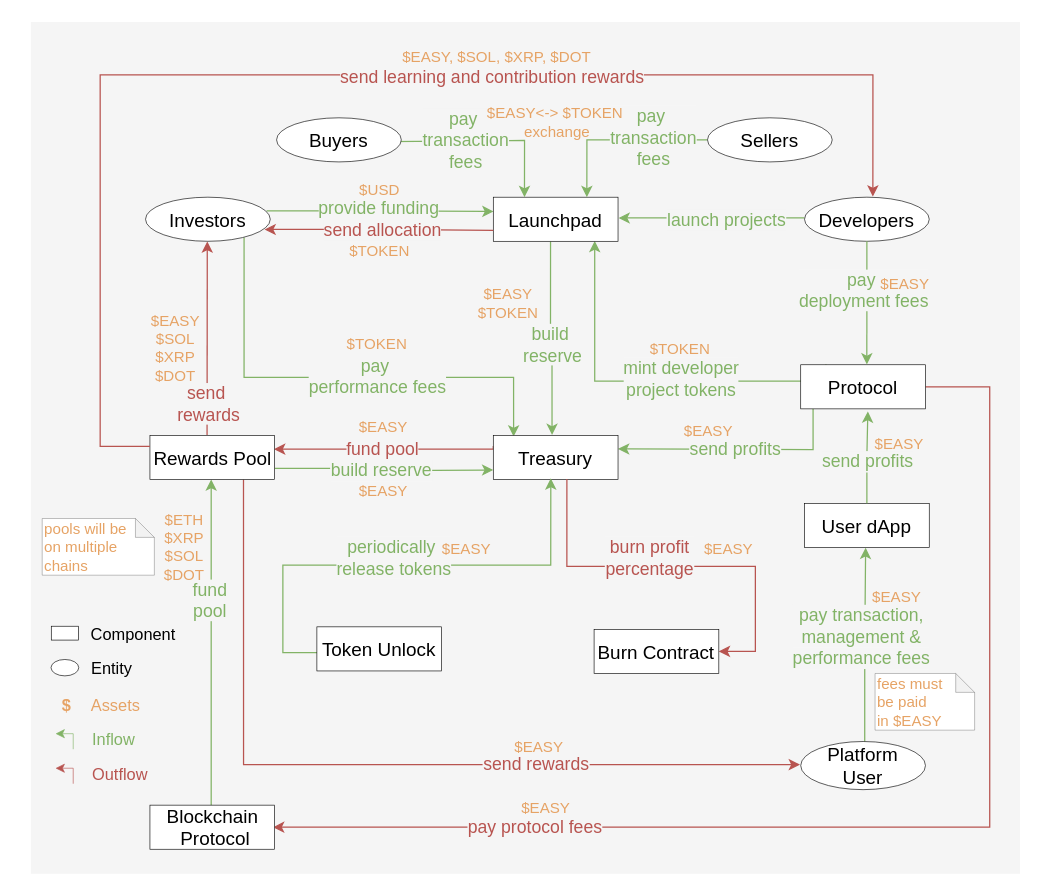
This is page "tokenomics" (2 of 7) of assets/easy-a-mechanism.drawio.drawio from dlt-science/EasyA-Whitepaper, a draw.io file, before an edit. Source tidied: cells renumbered, new cells numbered last; positions are measured from the earlier drawing's top-left corner, leaving out a move shared by most shapes. Both pictures are drawn from the tidied source at 126%, with x=0, y=0 at pixel (30, 21).
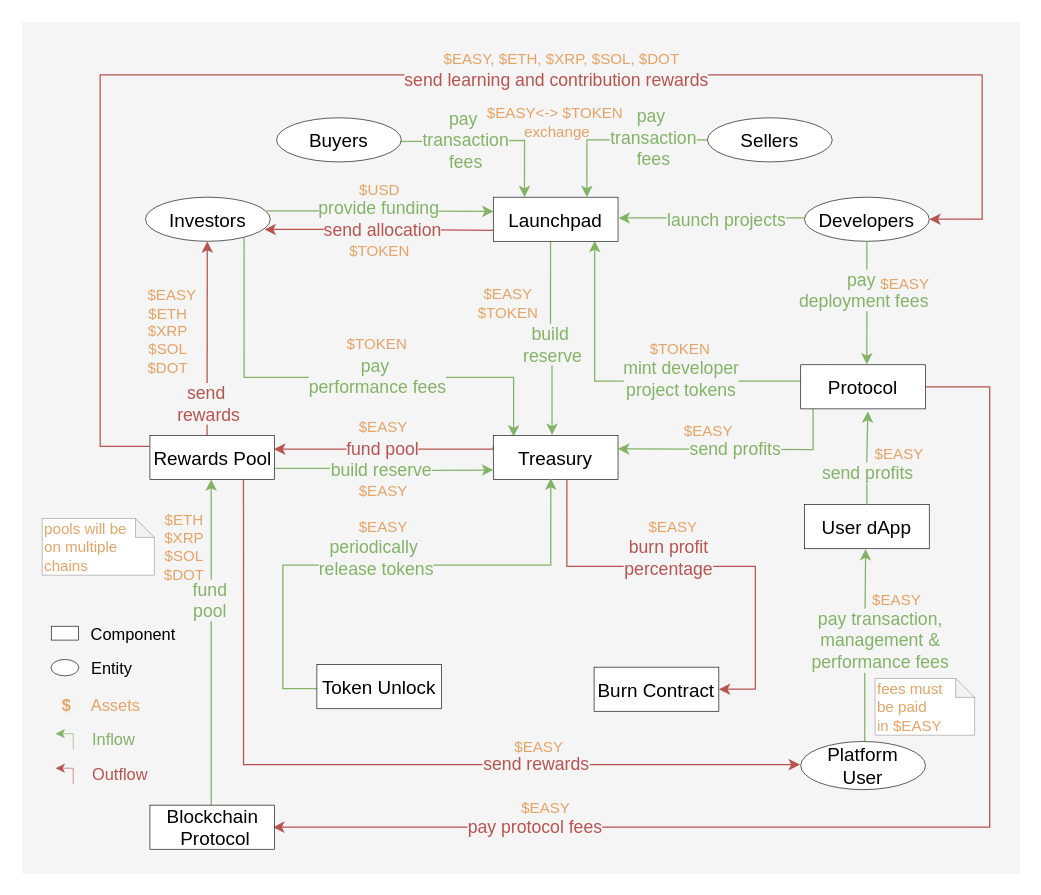
After the change.

The change refers to these unchanged cells:
```xml
<mxCell id="11" style="edgeStyle=orthogonalEdgeStyle;rounded=0;jettySize=auto;html=1;entryX=0.49;entryY=1.006;entryDx=0;entryDy=0;exitX=0.513;exitY=0.001;exitDx=0;exitDy=0;exitPerimeter=0;fillColor=#d5e8d4;strokeColor=#82b366;entryPerimeter=0;" parent="1" edge="1" source="34" target="82">
  <mxGeometry relative="1" as="geometry">
    <Array as="points">
      <mxPoint x="662" y="497" />
      <mxPoint x="663" y="497" />
    </Array>
  </mxGeometry>
</mxCell>
<mxCell id="26" value="&lt;div style=&quot;text-wrap-mode: nowrap;&quot;&gt;&lt;font style=&quot;font-size: 15px;&quot; face=&quot;Helvetica&quot;&gt;Treasury&lt;/font&gt;&lt;/div&gt;" style="html=1;whiteSpace=wrap;strokeWidth=0.5;" parent="1" vertex="1">
  <mxGeometry x="367" y="328" width="99" height="35" as="geometry" />
</mxCell>
<mxCell id="32" value="&lt;div style=&quot;text-wrap-mode: nowrap;&quot;&gt;&lt;font style=&quot;font-size: 15px;&quot; face=&quot;Helvetica&quot;&gt;Rewards Pool&lt;/font&gt;&lt;/div&gt;" style="html=1;whiteSpace=wrap;strokeWidth=0.5;" parent="1" vertex="1">
  <mxGeometry x="94.5" y="328" width="99" height="35" as="geometry" />
</mxCell>
<mxCell id="35" value="&lt;span style=&quot;text-wrap-mode: nowrap;&quot;&gt;&lt;font style=&quot;font-size: 15px;&quot;&gt;Developers&lt;/font&gt;&lt;/span&gt;" style="ellipse;whiteSpace=wrap;html=1;strokeWidth=0.5;" parent="1" vertex="1">
  <mxGeometry x="614" y="139" width="99" height="35" as="geometry" />
</mxCell>
<mxCell id="83" style="edgeStyle=orthogonalEdgeStyle;rounded=0;jettySize=auto;html=1;exitX=0.5;exitY=0;exitDx=0;exitDy=0;entryX=0.538;entryY=1.057;entryDx=0;entryDy=0;entryPerimeter=0;strokeColor=#82B366;" parent="1" edge="1" source="82" target="23">
  <mxGeometry relative="1" as="geometry" />
</mxCell>
```

The edit, as a diff of the source:
```diff
@@
     <mxCell id="2" style="shape=folder;fontStyle=1;spacingTop=10;tabWidth=0;tabHeight=0;tabPosition=left;html=1;whiteSpace=wrap;fillColor=#F5F5F5;strokeColor=none;strokeWidth=0;" parent="1" vertex="1">
-      <mxGeometry width="785" height="676" as="geometry" />
+      <mxGeometry x="-7" width="792" height="676" as="geometry" />
     </mxCell>
@@
     <mxCell id="12" value="&lt;font style=&quot;color: rgb(130, 179, 102); font-size: 14px;&quot;&gt;pay transaction,&lt;/font&gt;&lt;div&gt;&lt;span style=&quot;color: light-dark(rgb(130, 179, 102), rgb(68, 110, 44)); font-size: 14px; background-color: light-dark(rgb(245, 245, 245), rgb(26, 26, 26));&quot;&gt;management &amp;amp;&lt;/span&gt;&lt;/div&gt;&lt;div&gt;&lt;span style=&quot;color: light-dark(rgb(130, 179, 102), rgb(68, 110, 44)); font-size: 14px; background-color: light-dark(rgb(245, 245, 245), rgb(26, 26, 26));&quot;&gt;performance fees&lt;/span&gt;&lt;/div&gt;" style="edgeLabel;html=1;align=center;verticalAlign=middle;labelBackgroundColor=#F5F5F5;" parent="11" vertex="1">
       <mxGeometry x="-0.01" y="-1" relative="1" as="geometry">
-        <mxPoint x="-4" y="-8" as="offset" />
+        <mxPoint x="11" y="-5" as="offset" />
       </mxGeometry>
     </mxCell>
@@
     <mxCell id="51" style="edgeStyle=orthogonalEdgeStyle;rounded=0;jettySize=auto;html=1;entryX=0.461;entryY=0.976;entryDx=0;entryDy=0;strokeColor=#82B366;entryPerimeter=0;exitX=0.011;exitY=0.586;exitDx=0;exitDy=0;exitPerimeter=0;" parent="1" edge="1" source="53" target="26">
       <mxGeometry relative="1" as="geometry">
         <Array as="points">
-          <mxPoint x="200" y="500" />
+          <mxPoint x="228" y="529" />
+          <mxPoint x="200" y="529" />
           <mxPoint x="200" y="431" />
           <mxPoint x="413" y="431" />
         </Array>
       </mxGeometry>
     </mxCell>
@@
     <mxCell id="53" value="&lt;div style=&quot;text-wrap-mode: nowrap;&quot;&gt;&lt;font style=&quot;font-size: 15px;&quot;&gt;Token Unlock&lt;/font&gt;&lt;/div&gt;" style="html=1;whiteSpace=wrap;strokeWidth=0.5;" parent="1" vertex="1">
-      <mxGeometry x="227" y="480" width="99" height="35" as="geometry" />
+      <mxGeometry x="227" y="510" width="99" height="35" as="geometry" />
     </mxCell>
     <mxCell id="54" style="edgeStyle=orthogonalEdgeStyle;rounded=0;jettySize=auto;html=1;strokeColor=#B85450;entryX=1;entryY=0.5;entryDx=0;entryDy=0;exitX=0.59;exitY=0.99;exitDx=0;exitDy=0;exitPerimeter=0;" parent="1" edge="1" source="26" target="61">
       <mxGeometry relative="1" as="geometry">
         <Array as="points">
           <mxPoint x="425" y="432" />
           <mxPoint x="575" y="432" />
-          <mxPoint x="575" y="500" />
+          <mxPoint x="575" y="530" />
+          <mxPoint x="546" y="530" />
         </Array>
       </mxGeometry>
     </mxCell>
     <mxCell id="55" value="&lt;font style=&quot;font-size: 14px;&quot;&gt;&lt;span&gt;&lt;font style=&quot;color: rgb(184, 84, 80);&quot;&gt;burn profit&lt;/font&gt;&lt;/span&gt;&lt;/font&gt;&lt;div&gt;&lt;font style=&quot;font-size: 14px;&quot;&gt;&lt;span&gt;&lt;font style=&quot;color: rgb(184, 84, 80);&quot;&gt;percentage&lt;/font&gt;&lt;/span&gt;&lt;/font&gt;&lt;/div&gt;" style="edgeLabel;html=1;align=center;verticalAlign=middle;labelBackgroundColor=#F5F5F5;" parent="54" vertex="1">
       <mxGeometry x="-0.15" y="1" relative="1" as="geometry">
-        <mxPoint y="-7" as="offset" />
+        <mxPoint x="2" y="-7" as="offset" />
       </mxGeometry>
     </mxCell>
-    <mxCell id="56" style="edgeStyle=orthogonalEdgeStyle;rounded=0;jettySize=auto;html=1;exitX=0;exitY=0.25;exitDx=0;exitDy=0;entryX=0.548;entryY=-0.014;entryDx=0;entryDy=0;entryPerimeter=0;strokeColor=#B85450;" parent="1" edge="1" source="32" target="35">
+    <mxCell id="56" style="edgeStyle=orthogonalEdgeStyle;rounded=0;jettySize=auto;html=1;exitX=0;exitY=0.25;exitDx=0;exitDy=0;entryX=1;entryY=0.5;entryDx=0;entryDy=0;strokeColor=#B85450;" parent="1" edge="1" source="32" target="35">
       <mxGeometry relative="1" as="geometry">
         <Array as="points">
           <mxPoint x="55" y="337" />
           <mxPoint x="55" y="42" />
-          <mxPoint x="668" y="42" />
+          <mxPoint x="755" y="42" />
+          <mxPoint x="755" y="156" />
         </Array>
       </mxGeometry>
     </mxCell>
     <mxCell id="57" value="&lt;span style=&quot;color: rgb(184, 84, 80);&quot;&gt;&lt;font style=&quot;font-size: 14px;&quot;&gt;send learning and contribution rewards&lt;/font&gt;&lt;/span&gt;" style="edgeLabel;html=1;align=center;verticalAlign=middle;labelBackgroundColor=#F5F5F5;" parent="56" vertex="1">
       <mxGeometry x="0.24" y="-4" relative="1" as="geometry">
-        <mxPoint x="-2" y="-3" as="offset" />
+        <mxPoint x="-42" y="-1" as="offset" />
       </mxGeometry>
     </mxCell>
@@
     <mxCell id="61" value="&lt;div style=&quot;text-wrap-mode: nowrap;&quot;&gt;&lt;font style=&quot;font-size: 15px;&quot; face=&quot;Helvetica&quot;&gt;Burn Contract&lt;/font&gt;&lt;/div&gt;" style="html=1;whiteSpace=wrap;strokeWidth=0.5;" parent="1" vertex="1">
-      <mxGeometry x="447" y="482" width="99" height="35" as="geometry" />
+      <mxGeometry x="447" y="512" width="99" height="35" as="geometry" />
     </mxCell>
@@
     <mxCell id="66" value="&lt;font style=&quot;color: rgb(230, 163, 101);&quot;&gt;$EASY&lt;/font&gt;" style="text;html=1;align=center;verticalAlign=middle;whiteSpace=wrap;rounded=0;" parent="1" vertex="1">
-      <mxGeometry x="316" y="404" width="60" height="30" as="geometry" />
+      <mxGeometry x="250" y="385.5" width="60" height="30" as="geometry" />
     </mxCell>
     <mxCell id="67" value="&lt;font style=&quot;color: rgb(230, 163, 101);&quot;&gt;$EASY&lt;/font&gt;" style="text;html=1;align=center;verticalAlign=middle;whiteSpace=wrap;rounded=0;" parent="1" vertex="1">
-      <mxGeometry x="662" y="446" width="51" height="22" as="geometry" />
+      <mxGeometry x="662" y="448" width="51" height="22" as="geometry" />
     </mxCell>
@@
-    <mxCell id="71" value="&lt;font style=&quot;color: rgb(230, 163, 101);&quot;&gt;$EASY&lt;/font&gt;&lt;div&gt;&lt;span style=&quot;color: light-dark(rgb(230, 163, 101), rgb(138, 80, 27)); background-color: transparent;&quot;&gt;$SOL&lt;/span&gt;&lt;div&gt;&lt;font style=&quot;color: rgb(230, 163, 101);&quot;&gt;&lt;div&gt;&lt;font style=&quot;color: rgb(230, 163, 101);&quot;&gt;$XRP&lt;/font&gt;&lt;/div&gt;&lt;div&gt;&lt;font style=&quot;color: rgb(230, 163, 101);&quot;&gt;$DOT&lt;/font&gt;&lt;/div&gt;&lt;div&gt;&lt;br style=&quot;color: rgb(0, 0, 0);&quot;&gt;&lt;/div&gt;&lt;/font&gt;&lt;/div&gt;&lt;/div&gt;" style="text;html=1;align=center;verticalAlign=middle;whiteSpace=wrap;rounded=0;" parent="1" vertex="1">
-      <mxGeometry x="85" y="251" width="60" height="30" as="geometry" />
+    <mxCell id="71" value="&lt;font style=&quot;color: rgb(230, 163, 101);&quot;&gt;&lt;div&gt;&lt;font style=&quot;color: rgb(230, 163, 101);&quot;&gt;&amp;nbsp; $EASY&lt;/font&gt;&lt;/div&gt;&lt;div&gt;&lt;span style=&quot;color: light-dark(rgb(230, 163, 101), rgb(138, 80, 27)); background-color: transparent;&quot;&gt;$ETH&lt;/span&gt;&lt;/div&gt;&lt;div&gt;&lt;font style=&quot;color: rgb(230, 163, 101);&quot;&gt;$XRP&lt;/font&gt;&lt;/div&gt;&lt;font style=&quot;color: rgb(230, 163, 101);&quot;&gt;$SOL&lt;/font&gt;&lt;div&gt;&lt;font style=&quot;color: rgb(230, 163, 101);&quot;&gt;$DOT&lt;/font&gt;&lt;/div&gt;&lt;div&gt;&lt;br&gt;&lt;br style=&quot;color: rgb(0, 0, 0);&quot;&gt;&lt;/div&gt;&lt;/font&gt;" style="text;html=1;align=center;verticalAlign=middle;whiteSpace=wrap;rounded=0;" parent="1" vertex="1">
+      <mxGeometry x="79" y="245" width="60" height="30" as="geometry" />
     </mxCell>
-    <mxCell id="72" value="&lt;font style=&quot;color: rgb(230, 163, 101);&quot;&gt;$EASY, $SOL, $XRP, $DOT&lt;/font&gt;" style="text;html=1;align=center;verticalAlign=middle;whiteSpace=wrap;rounded=0;" parent="1" vertex="1">
-      <mxGeometry x="246" y="13" width="248" height="30" as="geometry" />
+    <mxCell id="72" value="&lt;font style=&quot;color: rgb(230, 163, 101);&quot;&gt;$EASY, $ETH, $XRP, $SOL, $DOT&lt;/font&gt;" style="text;html=1;align=center;verticalAlign=middle;whiteSpace=wrap;rounded=0;" parent="1" vertex="1">
+      <mxGeometry x="320" y="18" width="203" height="24" as="geometry" />
     </mxCell>
@@
     <mxCell id="82" value="&lt;div style=&quot;text-wrap-mode: nowrap;&quot;&gt;&lt;font style=&quot;font-size: 15px;&quot; face=&quot;Helvetica&quot;&gt;User dApp&lt;/font&gt;&lt;/div&gt;" style="html=1;whiteSpace=wrap;strokeWidth=0.5;" parent="1" vertex="1">
-      <mxGeometry x="614" y="382" width="99" height="35" as="geometry" />
+      <mxGeometry x="614" y="383" width="99" height="35" as="geometry" />
     </mxCell>
@@
     <mxCell id="84" value="&lt;span style=&quot;color: rgb(130, 179, 102); font-size: 14px;&quot;&gt;send profits&lt;/span&gt;" style="edgeLabel;html=1;align=center;verticalAlign=middle;labelBackgroundColor=#F5F5F5;" parent="83" vertex="1">
-      <mxGeometry x="-0.09" relative="1" as="geometry" />
+      <mxGeometry x="-0.09" relative="1" as="geometry">
+        <mxPoint y="8" as="offset" />
+      </mxGeometry>
     </mxCell>
     <mxCell id="85" value="&lt;div&gt;&lt;font color=&quot;#e6a365&quot;&gt;fees must&amp;nbsp;&lt;/font&gt;&lt;/div&gt;&lt;div&gt;&lt;font color=&quot;#e6a365&quot;&gt;be&amp;nbsp;&lt;/font&gt;&lt;span style=&quot;color: light-dark(rgb(230, 163, 101), rgb(138, 80, 27)); background-color: transparent;&quot;&gt;paid&lt;/span&gt;&lt;/div&gt;&lt;div&gt;&lt;span style=&quot;color: light-dark(rgb(230, 163, 101), rgb(138, 80, 27)); background-color: transparent;&quot;&gt;in $EASY&lt;/span&gt;&lt;/div&gt;" style="shape=note;whiteSpace=wrap;html=1;backgroundOutline=1;darkOpacity=0.05;size=15;strokeWidth=0.2;strokeColor=default;align=left;" parent="1" vertex="1">
-      <mxGeometry x="670" y="517" width="79" height="45" as="geometry" />
+      <mxGeometry x="670" y="521" width="79" height="45" as="geometry" />
     </mxCell>
     <mxCell id="86" value="&lt;font style=&quot;color: rgb(230, 163, 101);&quot;&gt;$EASY&lt;/font&gt;" style="text;html=1;align=center;verticalAlign=middle;whiteSpace=wrap;rounded=0;" parent="1" vertex="1">
-      <mxGeometry x="524" y="404" width="60" height="30" as="geometry" />
+      <mxGeometry x="480" y="389" width="60" height="23" as="geometry" />
     </mxCell>
@@
     <mxCell id="88" value="&lt;font style=&quot;color: rgb(230, 163, 101);&quot;&gt;$EASY&lt;/font&gt;" style="text;html=1;align=center;verticalAlign=middle;whiteSpace=wrap;rounded=0;" parent="1" vertex="1">
-      <mxGeometry x="664" y="324" width="51" height="22" as="geometry" />
+      <mxGeometry x="664" y="332" width="51" height="22" as="geometry" />
     </mxCell>
```
